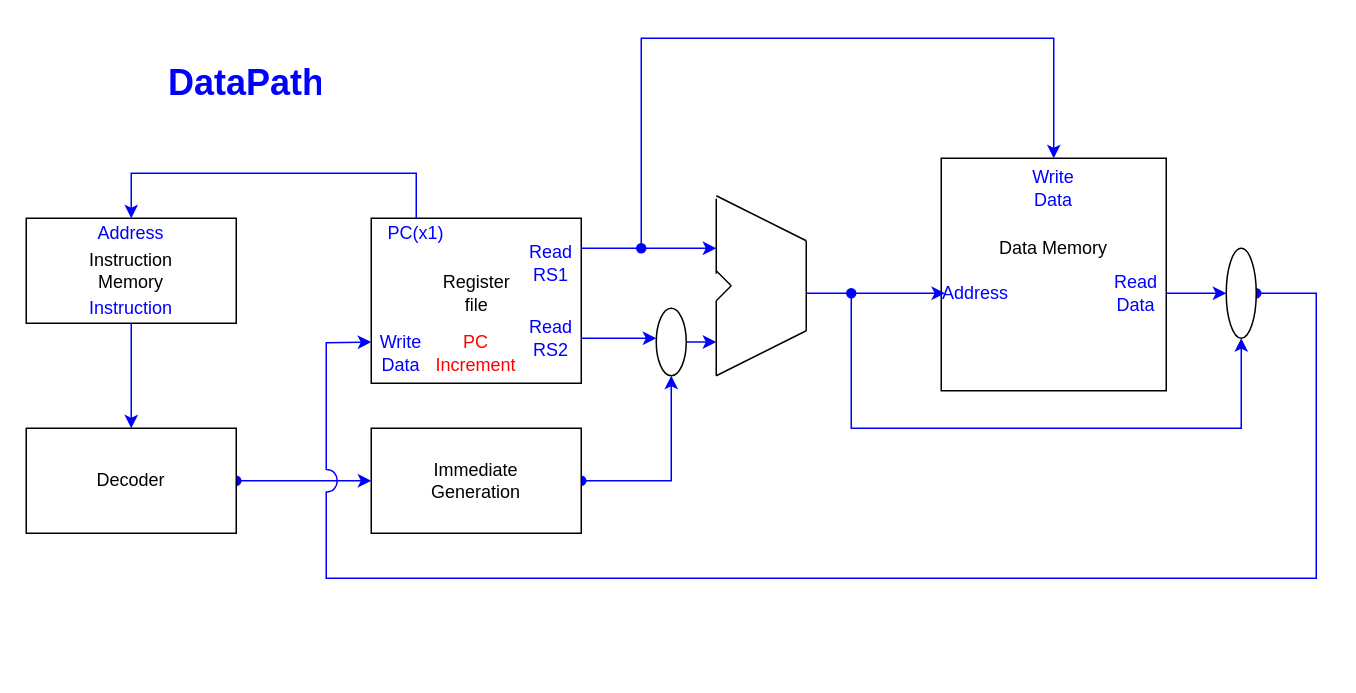
This is page "DataPath" (1 of 2) of Circuit_Drawings/DataPath.drawio from Kaveesha-98/065-538-720-GNC, a draw.io file, before an edit. Source tidied: cells renumbered, new cells numbered last; positions are measured from the earlier drawing's top-left corner, leaving out a move shared by most shapes. Both pictures are drawn from the tidied source at 150%, with x=0, y=0 at pixel (26, 38).
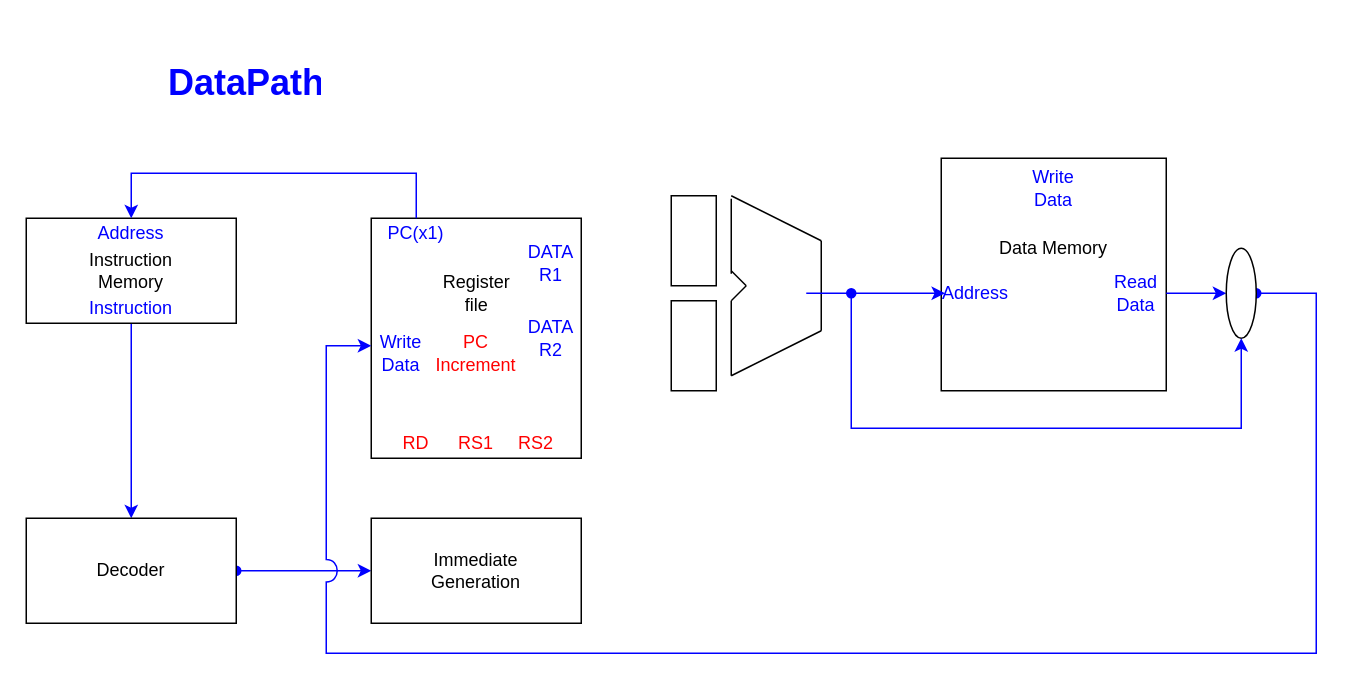
The same diagram, later.

The change refers to these unchanged cells:
```xml
<mxCell id="14" value="Write Data" style="text;html=1;strokeColor=none;fillColor=none;align=center;verticalAlign=middle;whiteSpace=wrap;rounded=0;fontColor=#0000FF;" parent="1" vertex="1">
  <mxGeometry x="230" y="200" width="40" height="20" as="geometry" />
</mxCell>
<mxCell id="27" style="rounded=0;whiteSpace=wrap;html=1;fontColor=#0000FF;" parent="1" vertex="1">
  <mxGeometry x="610" y="80" width="150" height="155" as="geometry" />
</mxCell>
<mxCell id="36" style="ellipse;whiteSpace=wrap;html=1;fontColor=#0000FF;" parent="1" vertex="1">
  <mxGeometry x="800" y="140" width="20" height="60" as="geometry" />
</mxCell>
```

Change to the diagram source:
```diff
@@
     <mxCell id="8" style="rounded=0;whiteSpace=wrap;html=1;" parent="1" vertex="1">
-      <mxGeometry y="260" width="140" height="70" as="geometry" />
+      <mxGeometry y="320" width="140" height="70" as="geometry" />
     </mxCell>
     <mxCell id="9" value="Decoder" style="text;html=1;strokeColor=none;fillColor=none;align=center;verticalAlign=middle;whiteSpace=wrap;rounded=0;" parent="1" vertex="1">
-      <mxGeometry x="35" y="285" width="70" height="20" as="geometry" />
+      <mxGeometry x="35" y="345" width="70" height="20" as="geometry" />
     </mxCell>
     <mxCell id="10" style="rounded=0;whiteSpace=wrap;html=1;" parent="1" vertex="1">
-      <mxGeometry x="230" y="120" width="140" height="110" as="geometry" />
+      <mxGeometry x="230" y="120" width="140" height="160" as="geometry" />
     </mxCell>
@@
-    <mxCell id="15" style="edgeStyle=orthogonalEdgeStyle;rounded=0;jettySize=auto;html=1;exitX=1;exitY=0;exitDx=0;exitDy=0;fontColor=#0000FF;strokeColor=#0000FF;" parent="1" edge="1" source="16">
-      <mxGeometry relative="1" as="geometry">
-        <mxPoint x="460" y="140" as="targetPoint" />
-        <Array as="points">
-          <mxPoint x="390" y="140" />
-          <mxPoint x="390" y="140" />
-        </Array>
-      </mxGeometry>
-    </mxCell>
-    <mxCell id="16" value="Read RS1" style="text;html=1;strokeColor=none;fillColor=none;align=center;verticalAlign=middle;whiteSpace=wrap;rounded=0;fontColor=#0000FF;" parent="1" vertex="1">
+    <mxCell id="16" value="DATA R1" style="text;html=1;strokeColor=none;fillColor=none;align=center;verticalAlign=middle;whiteSpace=wrap;rounded=0;fontColor=#0000FF;" parent="1" vertex="1">
       <mxGeometry x="330" y="140" width="40" height="20" as="geometry" />
     </mxCell>
-    <mxCell id="17" style="edgeStyle=orthogonalEdgeStyle;rounded=0;jettySize=auto;html=1;exitX=1;exitY=0.5;exitDx=0;exitDy=0;fontColor=#0000FF;strokeColor=#0000FF;" parent="1" edge="1" source="18">
-      <mxGeometry relative="1" as="geometry">
-        <mxPoint x="420" y="200" as="targetPoint" />
-      </mxGeometry>
-    </mxCell>
-    <mxCell id="18" value="Read RS2" style="text;html=1;strokeColor=none;fillColor=none;align=center;verticalAlign=middle;whiteSpace=wrap;rounded=0;fontColor=#0000FF;" parent="1" vertex="1">
+    <mxCell id="18" value="&lt;div&gt;DATA&lt;/div&gt;&lt;div&gt;R2&lt;br&gt;&lt;/div&gt;" style="text;html=1;strokeColor=none;fillColor=none;align=center;verticalAlign=middle;whiteSpace=wrap;rounded=0;fontColor=#0000FF;" parent="1" vertex="1">
       <mxGeometry x="330" y="190" width="40" height="20" as="geometry" />
     </mxCell>
@@
     <mxCell id="20" style="endArrow=none;html=1;fontColor=#0000FF;" parent="1" edge="1">
       <mxGeometry relative="1" as="geometry">
-        <mxPoint x="460" y="157" as="sourcePoint" />
-        <mxPoint x="460" y="107" as="targetPoint" />
+        <mxPoint x="470" y="157" as="sourcePoint" />
+        <mxPoint x="470" y="107" as="targetPoint" />
       </mxGeometry>
     </mxCell>
     <mxCell id="21" style="endArrow=none;html=1;fontColor=#0000FF;" parent="1" edge="1">
       <mxGeometry relative="1" as="geometry">
-        <mxPoint x="460" y="225" as="sourcePoint" />
-        <mxPoint x="460" y="175" as="targetPoint" />
+        <mxPoint x="470" y="225" as="sourcePoint" />
+        <mxPoint x="470" y="175" as="targetPoint" />
       </mxGeometry>
     </mxCell>
     <mxCell id="22" style="endArrow=none;html=1;fontColor=#0000FF;strokeColor=#000000;" parent="1" edge="1">
       <mxGeometry relative="1" as="geometry">
-        <mxPoint x="470" y="165" as="sourcePoint" />
-        <mxPoint x="460" y="155" as="targetPoint" />
+        <mxPoint x="480" y="165" as="sourcePoint" />
+        <mxPoint x="470" y="155" as="targetPoint" />
       </mxGeometry>
     </mxCell>
     <mxCell id="23" style="endArrow=none;html=1;fontColor=#0000FF;strokeColor=#000000;" parent="1" edge="1">
       <mxGeometry relative="1" as="geometry">
-        <mxPoint x="460" y="175" as="sourcePoint" />
-        <mxPoint x="470" y="165" as="targetPoint" />
+        <mxPoint x="470" y="175" as="sourcePoint" />
+        <mxPoint x="480" y="165" as="targetPoint" />
       </mxGeometry>
     </mxCell>
     <mxCell id="24" style="endArrow=none;html=1;fontColor=#0000FF;" parent="1" edge="1">
       <mxGeometry relative="1" as="geometry">
-        <mxPoint x="520" y="195" as="sourcePoint" />
-        <mxPoint x="520" y="135" as="targetPoint" />
+        <mxPoint x="530" y="195" as="sourcePoint" />
+        <mxPoint x="530" y="135" as="targetPoint" />
       </mxGeometry>
     </mxCell>
     <mxCell id="25" style="endArrow=none;html=1;fontColor=#0000FF;strokeColor=#000000;" parent="1" edge="1">
       <mxGeometry relative="1" as="geometry">
-        <mxPoint x="460" y="225" as="sourcePoint" />
-        <mxPoint x="520" y="195" as="targetPoint" />
+        <mxPoint x="470" y="225" as="sourcePoint" />
+        <mxPoint x="530" y="195" as="targetPoint" />
       </mxGeometry>
     </mxCell>
     <mxCell id="26" style="endArrow=none;html=1;fontColor=#0000FF;strokeColor=#000000;" parent="1" edge="1">
       <mxGeometry relative="1" as="geometry">
-        <mxPoint x="520" y="135" as="sourcePoint" />
-        <mxPoint x="460" y="105" as="targetPoint" />
+        <mxPoint x="530" y="135" as="sourcePoint" />
+        <mxPoint x="470" y="105" as="targetPoint" />
       </mxGeometry>
     </mxCell>
@@
-    <mxCell id="28" style="edgeStyle=orthogonalEdgeStyle;rounded=0;jettySize=auto;html=1;exitX=1;exitY=0.5;exitDx=0;exitDy=0;fontColor=#0000FF;strokeColor=#0000FF;" parent="1" edge="1" source="29">
-      <mxGeometry relative="1" as="geometry">
-        <mxPoint x="460" y="203" as="targetPoint" />
-      </mxGeometry>
-    </mxCell>
-    <mxCell id="29" style="ellipse;whiteSpace=wrap;html=1;fontColor=#0000FF;" parent="1" vertex="1">
-      <mxGeometry x="420" y="180" width="20" height="45" as="geometry" />
-    </mxCell>
@@
-    <mxCell id="35" style="edgeStyle=none;rounded=0;jumpStyle=arc;jumpSize=15;jettySize=auto;html=1;exitX=1;exitY=0.5;exitDx=0;exitDy=0;fontColor=#0000FF;startArrow=oval;startFill=1;endArrow=classic;endFill=1;strokeColor=#0000FF;entryX=0;entryY=0.75;entryDx=0;entryDy=0;" parent="1" edge="1" source="36" target="10">
+    <mxCell id="35" style="edgeStyle=none;rounded=0;jumpStyle=arc;jumpSize=15;jettySize=auto;html=1;exitX=1;exitY=0.5;exitDx=0;exitDy=0;fontColor=#0000FF;startArrow=oval;startFill=1;endArrow=classic;endFill=1;strokeColor=#0000FF;entryX=0;entryY=0.25;entryDx=0;entryDy=0;" parent="1" edge="1" source="36" target="14">
       <mxGeometry relative="1" as="geometry">
         <Array as="points">
           <mxPoint x="860" y="170" />
-          <mxPoint x="860" y="360" />
-          <mxPoint x="510" y="360" />
-          <mxPoint x="200" y="360" />
-          <mxPoint x="200" y="203" />
+          <mxPoint x="860" y="410" />
+          <mxPoint x="510" y="410" />
+          <mxPoint x="200" y="410" />
+          <mxPoint x="200" y="205" />
         </Array>
       </mxGeometry>
     </mxCell>
@@
-    <mxCell id="39" style="endArrow=classic;html=1;fontColor=#0000FF;strokeColor=#0000FF;entryX=0.5;entryY=0;entryDx=0;entryDy=0;rounded=0;startArrow=oval;startFill=1;" parent="1" edge="1" target="27">
-      <mxGeometry relative="1" as="geometry">
-        <mxPoint x="410" y="140" as="sourcePoint" />
-        <Array as="points">
-          <mxPoint x="410" />
-          <mxPoint x="685" />
-        </Array>
-      </mxGeometry>
-    </mxCell>
-    <mxCell id="40" style="edgeStyle=none;rounded=0;jumpStyle=arc;jumpSize=15;jettySize=auto;html=1;exitX=1;exitY=0.5;exitDx=0;exitDy=0;entryX=0.5;entryY=1;entryDx=0;entryDy=0;fontColor=#0000FF;startArrow=oval;startFill=1;endArrow=classic;endFill=1;strokeColor=#0000FF;" parent="1" edge="1" source="41" target="29">
-      <mxGeometry relative="1" as="geometry">
-        <Array as="points">
-          <mxPoint x="430" y="295" />
-        </Array>
-      </mxGeometry>
-    </mxCell>
     <mxCell id="41" style="rounded=0;whiteSpace=wrap;html=1;" parent="1" vertex="1">
-      <mxGeometry x="230" y="260" width="140" height="70" as="geometry" />
+      <mxGeometry x="230" y="320" width="140" height="70" as="geometry" />
     </mxCell>
     <mxCell id="42" value="Immediate Generation" style="text;html=1;strokeColor=none;fillColor=none;align=center;verticalAlign=middle;whiteSpace=wrap;rounded=0;" parent="1" vertex="1">
-      <mxGeometry x="265" y="285" width="70" height="20" as="geometry" />
+      <mxGeometry x="265" y="345" width="70" height="20" as="geometry" />
     </mxCell>
@@
+    <mxCell id="44" value="&lt;font color=&quot;#FF0000&quot;&gt;RD&lt;/font&gt;" style="text;html=1;strokeColor=none;fillColor=none;align=center;verticalAlign=middle;whiteSpace=wrap;rounded=0;startSize=0;" parent="1" vertex="1">
+      <mxGeometry x="240" y="260" width="40" height="20" as="geometry" />
+    </mxCell>
+    <mxCell id="45" value="&lt;font color=&quot;#FF0000&quot;&gt;RS1&lt;/font&gt;" style="text;html=1;strokeColor=none;fillColor=none;align=center;verticalAlign=middle;whiteSpace=wrap;rounded=0;startSize=0;" parent="1" vertex="1">
+      <mxGeometry x="280" y="260" width="40" height="20" as="geometry" />
+    </mxCell>
+    <mxCell id="46" value="&lt;font color=&quot;#FF0000&quot;&gt;RS2&lt;/font&gt;" style="text;html=1;strokeColor=none;fillColor=none;align=center;verticalAlign=middle;whiteSpace=wrap;rounded=0;startSize=0;" parent="1" vertex="1">
+      <mxGeometry x="320" y="260" width="40" height="20" as="geometry" />
+    </mxCell>
+    <mxCell id="47" style="rounded=0;whiteSpace=wrap;html=1;startSize=0;" parent="1" vertex="1">
+      <mxGeometry x="430" y="105" width="30" height="60" as="geometry" />
+    </mxCell>
+    <mxCell id="48" style="rounded=0;whiteSpace=wrap;html=1;startSize=0;" parent="1" vertex="1">
+      <mxGeometry x="430" y="175" width="30" height="60" as="geometry" />
+    </mxCell>
```
